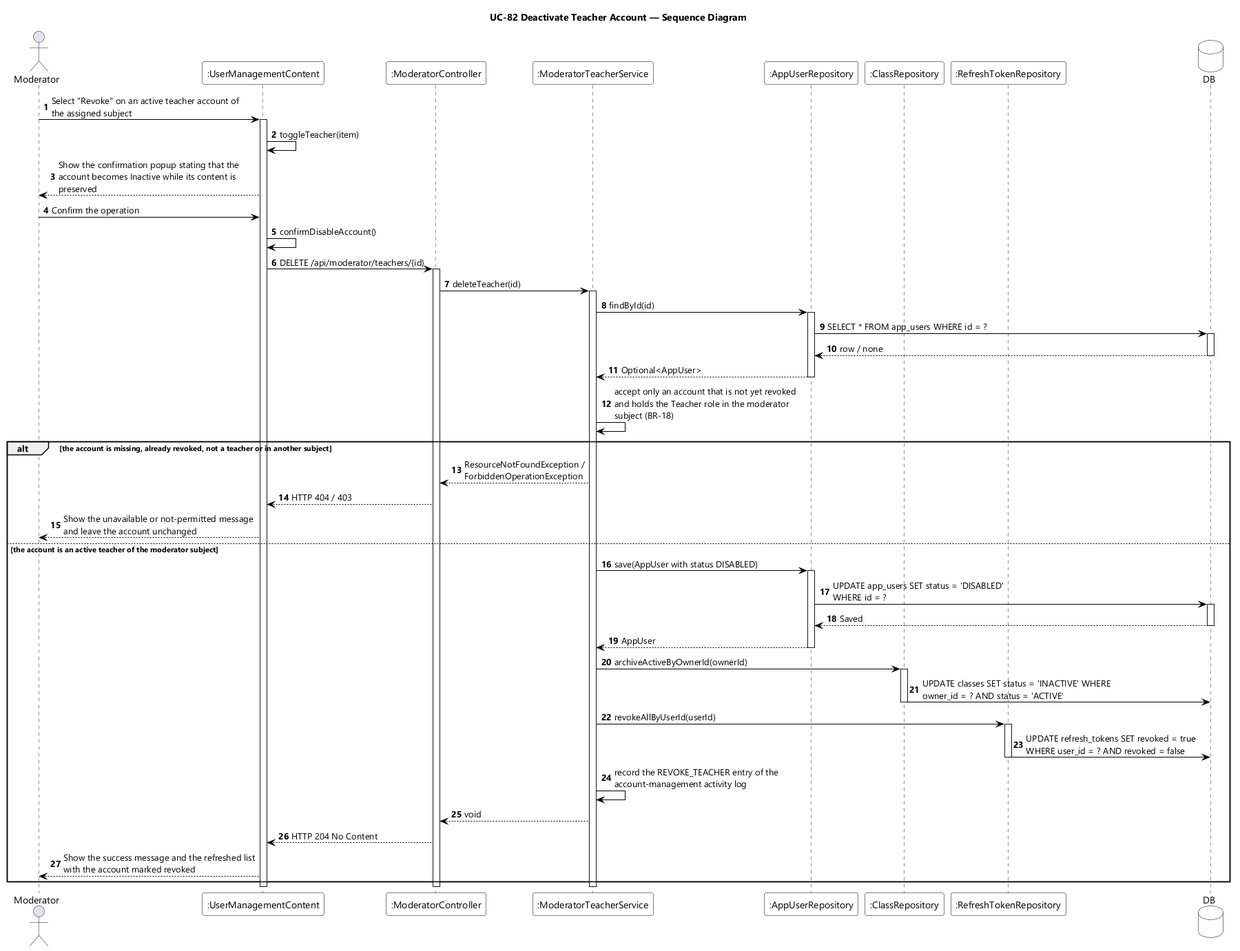
This is designs/sds-diagrams/uc82/uc82-sequence-diagram.png from EduA-system/EduA-system, a PlantUML export, as it was before one commit.
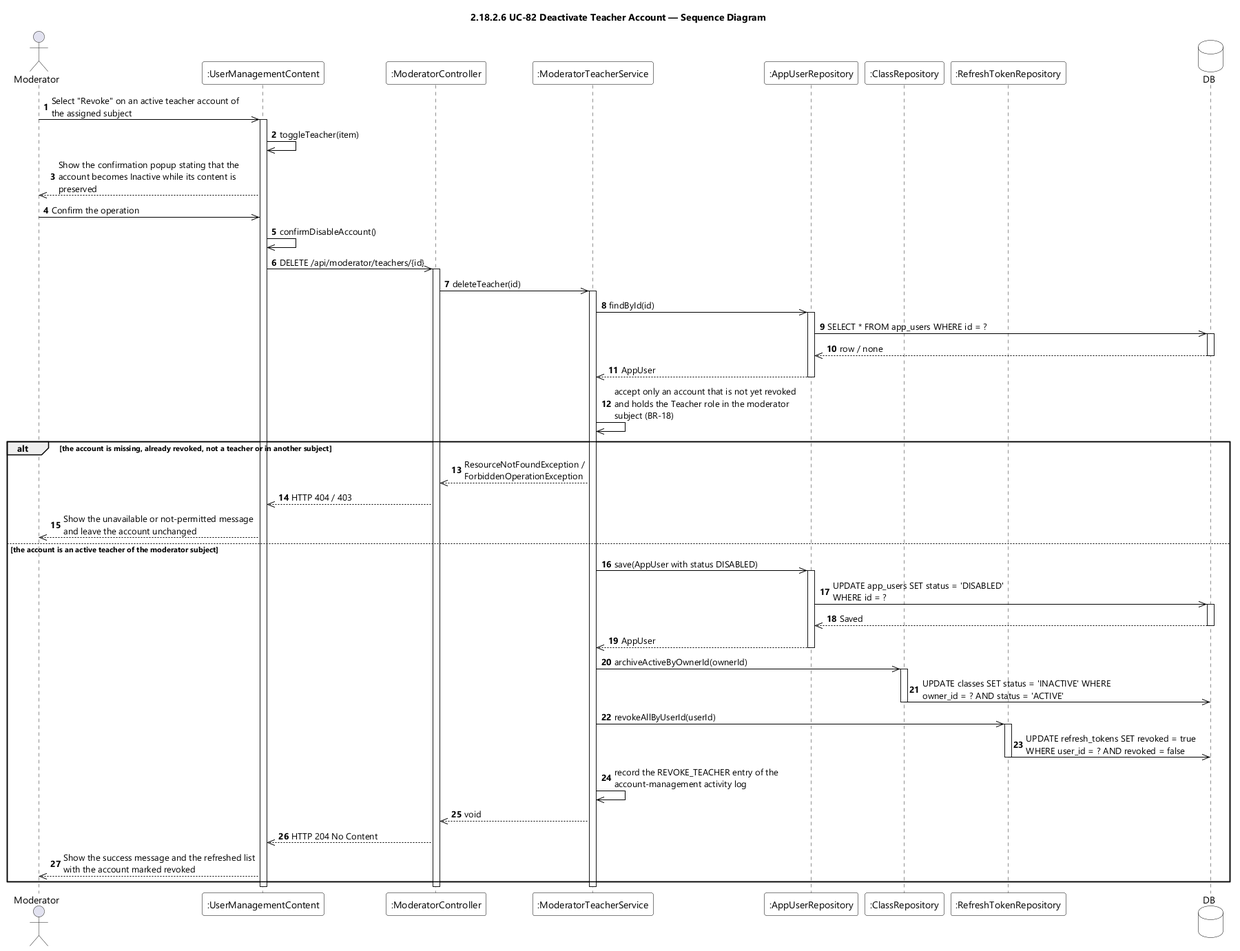
Later version of the same file.

Change to the diagram source:
```diff
@@ -9,7 +9,7 @@
 skinparam ArrowColor #000000
 skinparam sequenceMessageAlign left
 skinparam maxMessageSize 280
-title UC-82 Deactivate Teacher Account — Sequence Diagram
+title 2.18.2.6 UC-82 Deactivate Teacher Account — Sequence Diagram
 
 actor Moderator
 participant ":UserManagementContent" as UI
@@ -21,51 +21,51 @@
 database DB
 
 autonumber
-Moderator -> UI : Select "Revoke" on an active teacher account of the assigned subject
+Moderator ->> UI : Select "Revoke" on an active teacher account of the assigned subject
 activate UI
-UI -> UI : toggleTeacher(item)
-UI --> Moderator : Show the confirmation popup stating that the account becomes Inactive while its content is preserved
-Moderator -> UI : Confirm the operation
-UI -> UI : confirmDisableAccount()
-UI -> CTL : DELETE /api/moderator/teachers/{id}
+UI ->> UI : toggleTeacher(item)
+UI -->> Moderator : Show the confirmation popup stating that the account becomes Inactive while its content is preserved
+Moderator ->> UI : Confirm the operation
+UI ->> UI : confirmDisableAccount()
+UI ->> CTL : DELETE /api/moderator/teachers/{id}
 activate CTL
-CTL -> SVC : deleteTeacher(id)
+CTL ->> SVC : deleteTeacher(id)
 activate SVC
-SVC -> USERS : findById(id)
+SVC ->> USERS : findById(id)
 activate USERS
-USERS -> DB : SELECT * FROM app_users WHERE id = ?
+USERS ->> DB : SELECT * FROM app_users WHERE id = ?
 activate DB
-DB --> USERS : row / none
+DB -->> USERS : row / none
 deactivate DB
-USERS --> SVC : Optional<AppUser>
+USERS -->> SVC : AppUser
 deactivate USERS
-SVC -> SVC : accept only an account that is not yet revoked and holds the Teacher role in the moderator subject (BR-18)
+SVC ->> SVC : accept only an account that is not yet revoked and holds the Teacher role in the moderator subject (BR-18)
 
 alt the account is missing, already revoked, not a teacher or in another subject
-  SVC --> CTL : ResourceNotFoundException / ForbiddenOperationException
-  CTL --> UI : HTTP 404 / 403
-  UI --> Moderator : Show the unavailable or not-permitted message and leave the account unchanged
+  SVC -->> CTL : ResourceNotFoundException / ForbiddenOperationException
+  CTL -->> UI : HTTP 404 / 403
+  UI -->> Moderator : Show the unavailable or not-permitted message and leave the account unchanged
 else the account is an active teacher of the moderator subject
-  SVC -> USERS : save(AppUser with status DISABLED)
+  SVC ->> USERS : save(AppUser with status DISABLED)
   activate USERS
-  USERS -> DB : UPDATE app_users SET status = 'DISABLED' WHERE id = ?
+  USERS ->> DB : UPDATE app_users SET status = 'DISABLED' WHERE id = ?
   activate DB
-  DB --> USERS : Saved
+  DB -->> USERS : Saved
   deactivate DB
-  USERS --> SVC : AppUser
+  USERS -->> SVC : AppUser
   deactivate USERS
-  SVC -> CLASSES : archiveActiveByOwnerId(ownerId)
+  SVC ->> CLASSES : archiveActiveByOwnerId(ownerId)
   activate CLASSES
-  CLASSES -> DB : UPDATE classes SET status = 'INACTIVE' WHERE owner_id = ? AND status = 'ACTIVE'
+  CLASSES ->> DB : UPDATE classes SET status = 'INACTIVE' WHERE owner_id = ? AND status = 'ACTIVE'
   deactivate CLASSES
-  SVC -> TOKENS : revokeAllByUserId(userId)
+  SVC ->> TOKENS : revokeAllByUserId(userId)
   activate TOKENS
-  TOKENS -> DB : UPDATE refresh_tokens SET revoked = true WHERE user_id = ? AND revoked = false
+  TOKENS ->> DB : UPDATE refresh_tokens SET revoked = true WHERE user_id = ? AND revoked = false
   deactivate TOKENS
-  SVC -> SVC : record the REVOKE_TEACHER entry of the account-management activity log
-  SVC --> CTL : void
-  CTL --> UI : HTTP 204 No Content
-  UI --> Moderator : Show the success message and the refreshed list with the account marked revoked
+  SVC ->> SVC : record the REVOKE_TEACHER entry of the account-management activity log
+  SVC -->> CTL : void
+  CTL -->> UI : HTTP 204 No Content
+  UI -->> Moderator : Show the success message and the refreshed list with the account marked revoked
 end
 deactivate SVC
 deactivate CTL
```
